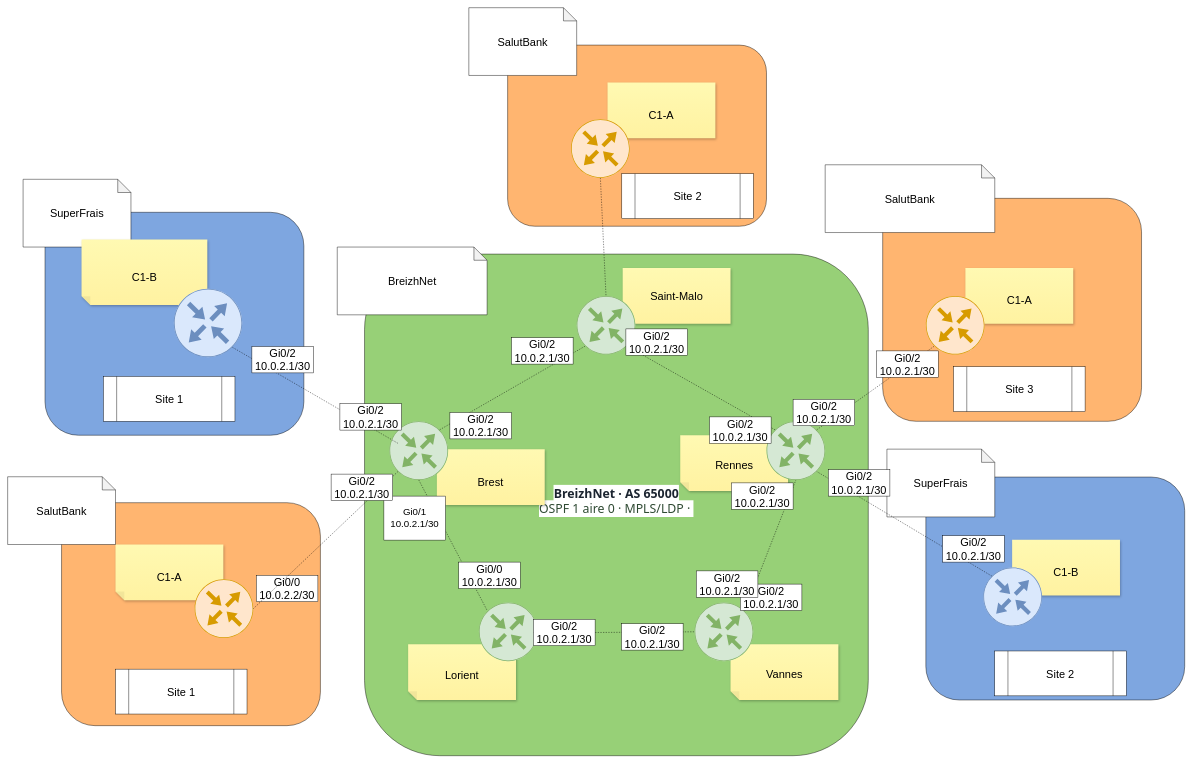
Before: nom-de-ton-dossier/Diagramme sans nom.drawio in elouannbitauld-wq/SAE-303, a draw.io diagram. Source tidied: cells renumbered, new cells numbered last; positions are measured from the earlier drawing's top-left corner, leaving out a move shared by most shapes. Both pictures are drawn from the tidied source at 44%, with x=0, y=0 at pixel (7, 7).
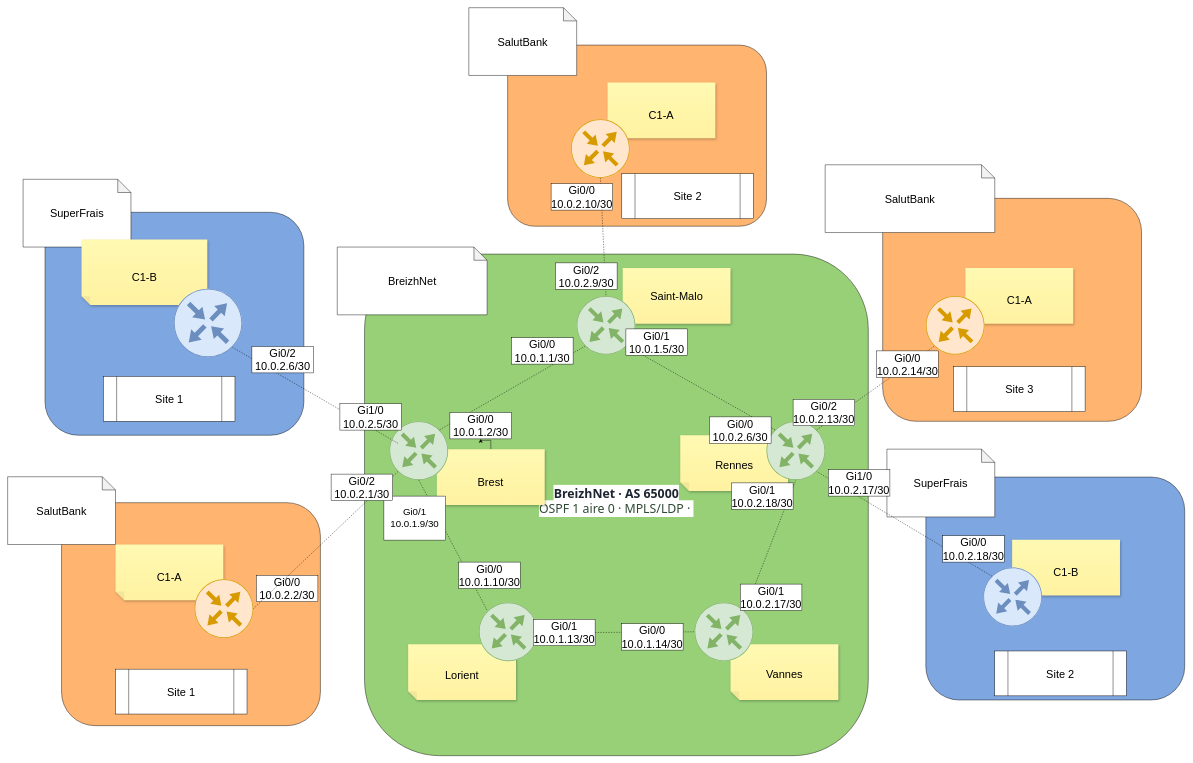
The same diagram, later.

Commit message (it also covers changes not shown here):
Mettre à jour Diagramme sans nom.drawio

Unchanged cells that the change refers to:
```xml
<mxCell id="11" value="&lt;font style=&quot;font-size: 25px;&quot;&gt;Brest&lt;/font&gt;" style="shape=note;whiteSpace=wrap;html=1;backgroundOutline=1;autosizeText=1;fontColor=#000000;darkOpacity=0.05;fillColor=#FFF9B2;strokeColor=none;fillStyle=solid;fontSize=55;direction=west;gradientDirection=north;gradientColor=#FFF2A1;shadow=1;size=20;" parent="1" vertex="1">
  <mxGeometry x="975.4" y="1003.3" width="245.1" height="126.7" as="geometry" />
</mxCell>
```

Change to the diagram source:
```diff
@@
+    <mxCell id="72" style="edgeStyle=orthogonalEdgeStyle;rounded=0;jettySize=auto;html=1;defaultLabelBackgroundColor=page;" parent="1" edge="1" source="11" target="70">
+      <mxGeometry relative="1" as="geometry" />
+    </mxCell>
@@
-    <mxCell id="46" value="&lt;font style=&quot;font-size: 25px;&quot;&gt;Gi0/0&lt;/font&gt;&lt;div&gt;&lt;font style=&quot;font-size: 25px;&quot;&gt;10.0.2.1/30&lt;/font&gt;&lt;/div&gt;" style="rounded=0;whiteSpace=wrap;html=1;" parent="1" vertex="1">
+    <mxCell id="46" value="&lt;font style=&quot;font-size: 25px;&quot;&gt;Gi0/0&lt;/font&gt;&lt;div&gt;&lt;font style=&quot;font-size: 25px;&quot;&gt;10.0.1.10/30&lt;/font&gt;&lt;/div&gt;" style="rounded=0;whiteSpace=wrap;html=1;" parent="1" vertex="1">
       <mxGeometry x="1025" y="1260" width="140" height="60" as="geometry" />
     </mxCell>
-    <mxCell id="47" value="&lt;font&gt;Gi0/1&lt;/font&gt;&lt;div&gt;&lt;font&gt;10.0.2.1/30&lt;/font&gt;&lt;/div&gt;" style="rounded=0;whiteSpace=wrap;html=1;fontSize=22;" parent="1" vertex="1">
+    <mxCell id="47" value="&lt;font&gt;Gi0/1&lt;/font&gt;&lt;div&gt;&lt;font&gt;10.0.1.9/30&lt;/font&gt;&lt;/div&gt;" style="rounded=0;whiteSpace=wrap;html=1;fontSize=22;" parent="1" vertex="1">
       <mxGeometry x="855" y="1110" width="140" height="100" as="geometry" />
     </mxCell>
@@
-    <mxCell id="49" value="&lt;font style=&quot;font-size: 25px;&quot;&gt;Gi0/2&lt;/font&gt;&lt;div&gt;&lt;font style=&quot;font-size: 25px;&quot;&gt;10.0.2.1/30&lt;/font&gt;&lt;/div&gt;" style="rounded=0;whiteSpace=wrap;html=1;" parent="1" vertex="1">
+    <mxCell id="49" value="&lt;font style=&quot;font-size: 25px;&quot;&gt;Gi1/0&lt;/font&gt;&lt;div&gt;&lt;font style=&quot;font-size: 25px;&quot;&gt;10.0.2.5/30&lt;/font&gt;&lt;/div&gt;" style="rounded=0;whiteSpace=wrap;html=1;" parent="1" vertex="1">
       <mxGeometry x="755" y="900" width="140" height="60" as="geometry" />
     </mxCell>
-    <mxCell id="50" value="&lt;font style=&quot;font-size: 25px;&quot;&gt;Gi0/2&lt;/font&gt;&lt;div&gt;&lt;font style=&quot;font-size: 25px;&quot;&gt;10.0.2.1/30&lt;/font&gt;&lt;/div&gt;" style="rounded=0;whiteSpace=wrap;html=1;" parent="1" vertex="1">
+    <mxCell id="50" value="&lt;font style=&quot;font-size: 25px;&quot;&gt;Gi0/2&lt;/font&gt;&lt;div&gt;&lt;font style=&quot;font-size: 25px;&quot;&gt;10.0.2.6/30&lt;/font&gt;&lt;/div&gt;" style="rounded=0;whiteSpace=wrap;html=1;" parent="1" vertex="1">
       <mxGeometry x="555" y="770" width="140" height="60" as="geometry" />
     </mxCell>
-    <mxCell id="51" value="&lt;font style=&quot;font-size: 25px;&quot;&gt;Gi0/2&lt;/font&gt;&lt;div&gt;&lt;font style=&quot;font-size: 25px;&quot;&gt;10.0.2.1/30&lt;/font&gt;&lt;/div&gt;" style="rounded=0;whiteSpace=wrap;html=1;" parent="1" vertex="1">
+    <mxCell id="51" value="&lt;font style=&quot;font-size: 25px;&quot;&gt;Gi0/0&lt;/font&gt;&lt;div&gt;&lt;font style=&quot;font-size: 25px;&quot;&gt;10.0.1.14/30&lt;/font&gt;&lt;/div&gt;" style="rounded=0;whiteSpace=wrap;html=1;" parent="1" vertex="1">
       <mxGeometry x="1395" y="1400" width="140" height="60" as="geometry" />
     </mxCell>
@@
-    <mxCell id="53" value="&lt;font style=&quot;font-size: 25px;&quot;&gt;Gi0/2&lt;/font&gt;&lt;div&gt;&lt;font style=&quot;font-size: 25px;&quot;&gt;10.0.2.1/30&lt;/font&gt;&lt;/div&gt;" style="rounded=0;whiteSpace=wrap;html=1;" parent="1" vertex="1">
+    <mxCell id="53" value="&lt;font style=&quot;font-size: 25px;&quot;&gt;Gi0/1&lt;/font&gt;&lt;div&gt;&lt;font style=&quot;font-size: 25px;&quot;&gt;10.0.1.13/30&lt;/font&gt;&lt;/div&gt;" style="rounded=0;whiteSpace=wrap;html=1;" parent="1" vertex="1">
       <mxGeometry x="1195" y="1390" width="140" height="60" as="geometry" />
     </mxCell>
-    <mxCell id="54" value="&lt;font style=&quot;font-size: 25px;&quot;&gt;Gi0/2&lt;/font&gt;&lt;div&gt;&lt;font style=&quot;font-size: 25px;&quot;&gt;10.0.2.1/30&lt;/font&gt;&lt;/div&gt;" style="rounded=0;whiteSpace=wrap;html=1;" parent="1" vertex="1">
+    <mxCell id="54" value="&lt;font style=&quot;font-size: 25px;&quot;&gt;Gi0/1&lt;/font&gt;&lt;div&gt;&lt;font style=&quot;font-size: 25px;&quot;&gt;10.0.2.17/30&lt;/font&gt;&lt;/div&gt;" style="rounded=0;whiteSpace=wrap;html=1;" parent="1" vertex="1">
       <mxGeometry x="1665" y="1310" width="140" height="60" as="geometry" />
     </mxCell>
@@
-    <mxCell id="61" value="&lt;font style=&quot;font-size: 25px;&quot;&gt;Gi0/2&lt;/font&gt;&lt;div&gt;&lt;font style=&quot;font-size: 25px;&quot;&gt;10.0.2.1/30&lt;/font&gt;&lt;/div&gt;" style="rounded=0;whiteSpace=wrap;html=1;" parent="1" vertex="1">
+    <mxCell id="61" value="&lt;font style=&quot;font-size: 25px;&quot;&gt;Gi0/0&lt;/font&gt;&lt;div&gt;&lt;font style=&quot;font-size: 25px;&quot;&gt;10.0.2.14/30&lt;/font&gt;&lt;/div&gt;" style="rounded=0;whiteSpace=wrap;html=1;" parent="1" vertex="1">
       <mxGeometry x="1975" y="780" width="140" height="60" as="geometry" />
     </mxCell>
-    <mxCell id="62" value="&lt;font style=&quot;font-size: 25px;&quot;&gt;Gi0/2&lt;/font&gt;&lt;div&gt;&lt;font style=&quot;font-size: 25px;&quot;&gt;10.0.2.1/30&lt;/font&gt;&lt;/div&gt;" style="rounded=0;whiteSpace=wrap;html=1;" parent="1" vertex="1">
-      <mxGeometry x="1565" y="1280" width="140" height="60" as="geometry" />
-    </mxCell>
-    <mxCell id="63" value="&lt;font style=&quot;font-size: 25px;&quot;&gt;Gi0/2&lt;/font&gt;&lt;div&gt;&lt;font style=&quot;font-size: 25px;&quot;&gt;10.0.2.1/30&lt;/font&gt;&lt;/div&gt;" style="rounded=0;whiteSpace=wrap;html=1;" parent="1" vertex="1">
+    <mxCell id="63" value="&lt;font style=&quot;font-size: 25px;&quot;&gt;Gi0/1&lt;/font&gt;&lt;div&gt;&lt;font style=&quot;font-size: 25px;&quot;&gt;10.0.2.18/30&lt;/font&gt;&lt;/div&gt;" style="rounded=0;whiteSpace=wrap;html=1;" parent="1" vertex="1">
       <mxGeometry x="1645" y="1080" width="140" height="60" as="geometry" />
     </mxCell>
-    <mxCell id="64" value="&lt;font style=&quot;font-size: 25px;&quot;&gt;Gi0/2&lt;/font&gt;&lt;div&gt;&lt;font style=&quot;font-size: 25px;&quot;&gt;10.0.2.1/30&lt;/font&gt;&lt;/div&gt;" style="rounded=0;whiteSpace=wrap;html=1;" parent="1" vertex="1">
+    <mxCell id="64" value="&lt;font style=&quot;font-size: 25px;&quot;&gt;Gi0/0&lt;/font&gt;&lt;div&gt;&lt;font style=&quot;font-size: 25px;&quot;&gt;10.0.2.6/30&lt;/font&gt;&lt;/div&gt;" style="rounded=0;whiteSpace=wrap;html=1;" parent="1" vertex="1">
       <mxGeometry x="1595" y="930" width="140" height="60" as="geometry" />
     </mxCell>
-    <mxCell id="65" value="&lt;font style=&quot;font-size: 25px;&quot;&gt;Gi0/2&lt;/font&gt;&lt;div&gt;&lt;font style=&quot;font-size: 25px;&quot;&gt;10.0.2.1/30&lt;/font&gt;&lt;/div&gt;" style="rounded=0;whiteSpace=wrap;html=1;" parent="1" vertex="1">
+    <mxCell id="65" value="&lt;font style=&quot;font-size: 25px;&quot;&gt;Gi0/2&lt;/font&gt;&lt;div&gt;&lt;font style=&quot;font-size: 25px;&quot;&gt;10.0.2.13/30&lt;/font&gt;&lt;/div&gt;" style="rounded=0;whiteSpace=wrap;html=1;" parent="1" vertex="1">
       <mxGeometry x="1785" y="890" width="140" height="60" as="geometry" />
     </mxCell>
-    <mxCell id="66" value="&lt;font style=&quot;font-size: 25px;&quot;&gt;Gi0/2&lt;/font&gt;&lt;div&gt;&lt;font style=&quot;font-size: 25px;&quot;&gt;10.0.2.1/30&lt;/font&gt;&lt;/div&gt;" style="rounded=0;whiteSpace=wrap;html=1;" parent="1" vertex="1">
+    <mxCell id="66" value="&lt;font style=&quot;font-size: 25px;&quot;&gt;Gi0/1&lt;/font&gt;&lt;div&gt;&lt;font style=&quot;font-size: 25px;&quot;&gt;10.0.1.5/30&lt;/font&gt;&lt;/div&gt;" style="rounded=0;whiteSpace=wrap;html=1;" parent="1" vertex="1">
       <mxGeometry x="1405" y="730" width="140" height="60" as="geometry" />
     </mxCell>
@@
-    <mxCell id="68" value="&lt;font style=&quot;font-size: 25px;&quot;&gt;Gi0/2&lt;/font&gt;&lt;div&gt;&lt;font style=&quot;font-size: 25px;&quot;&gt;10.0.2.1/30&lt;/font&gt;&lt;/div&gt;" style="rounded=0;whiteSpace=wrap;html=1;" parent="1" vertex="1">
+    <mxCell id="68" value="&lt;font style=&quot;font-size: 25px;&quot;&gt;Gi0/0&lt;/font&gt;&lt;div&gt;&lt;font style=&quot;font-size: 25px;&quot;&gt;10.0.2.18/30&lt;/font&gt;&lt;/div&gt;" style="rounded=0;whiteSpace=wrap;html=1;" parent="1" vertex="1">
       <mxGeometry x="2125" y="1200" width="140" height="60" as="geometry" />
     </mxCell>
-    <mxCell id="69" value="&lt;font style=&quot;font-size: 25px;&quot;&gt;Gi0/2&lt;/font&gt;&lt;div&gt;&lt;font style=&quot;font-size: 25px;&quot;&gt;10.0.2.1/30&lt;/font&gt;&lt;/div&gt;" style="rounded=0;whiteSpace=wrap;html=1;" parent="1" vertex="1">
+    <mxCell id="69" value="&lt;font style=&quot;font-size: 25px;&quot;&gt;Gi1/0&lt;/font&gt;&lt;div&gt;&lt;font style=&quot;font-size: 25px;&quot;&gt;10.0.2.17/30&lt;/font&gt;&lt;/div&gt;" style="rounded=0;whiteSpace=wrap;html=1;" parent="1" vertex="1">
       <mxGeometry x="1865" y="1050" width="140" height="60" as="geometry" />
     </mxCell>
-    <mxCell id="70" value="&lt;font style=&quot;font-size: 25px;&quot;&gt;Gi0/2&lt;/font&gt;&lt;div&gt;&lt;font style=&quot;font-size: 25px;&quot;&gt;10.0.2.1/30&lt;/font&gt;&lt;/div&gt;" style="rounded=0;whiteSpace=wrap;html=1;" parent="1" vertex="1">
+    <mxCell id="70" value="&lt;font style=&quot;font-size: 25px;&quot;&gt;Gi0/0&lt;/font&gt;&lt;div&gt;&lt;font style=&quot;font-size: 25px;&quot;&gt;10.0.1.2/30&lt;/font&gt;&lt;/div&gt;" style="rounded=0;whiteSpace=wrap;html=1;" parent="1" vertex="1">
       <mxGeometry x="1005" y="920" width="140" height="60" as="geometry" />
     </mxCell>
-    <mxCell id="71" value="&lt;font style=&quot;font-size: 25px;&quot;&gt;Gi0/2&lt;/font&gt;&lt;div&gt;&lt;font style=&quot;font-size: 25px;&quot;&gt;10.0.2.1/30&lt;/font&gt;&lt;/div&gt;" style="rounded=0;whiteSpace=wrap;html=1;" parent="1" vertex="1">
+    <mxCell id="71" value="&lt;font style=&quot;font-size: 25px;&quot;&gt;Gi0/0&lt;/font&gt;&lt;div&gt;&lt;font style=&quot;font-size: 25px;&quot;&gt;10.0.1.1/30&lt;/font&gt;&lt;/div&gt;" style="rounded=0;whiteSpace=wrap;html=1;" parent="1" vertex="1">
       <mxGeometry x="1145" y="750" width="140" height="60" as="geometry" />
     </mxCell>
+    <mxCell id="73" value="&lt;font style=&quot;font-size: 25px;&quot;&gt;Gi0/0&lt;/font&gt;&lt;div&gt;&lt;font style=&quot;font-size: 25px;&quot;&gt;10.0.2.10/30&lt;/font&gt;&lt;/div&gt;" style="rounded=0;whiteSpace=wrap;html=1;" parent="1" vertex="1">
+      <mxGeometry x="1235" y="400" width="140" height="60" as="geometry" />
+    </mxCell>
+    <mxCell id="74" value="&lt;font style=&quot;font-size: 25px;&quot;&gt;Gi0/2&lt;/font&gt;&lt;div&gt;&lt;font style=&quot;font-size: 25px;&quot;&gt;10.0.2.9/30&lt;/font&gt;&lt;/div&gt;" style="rounded=0;whiteSpace=wrap;html=1;" parent="1" vertex="1">
+      <mxGeometry x="1245" y="580" width="140" height="60" as="geometry" />
+    </mxCell>
```
